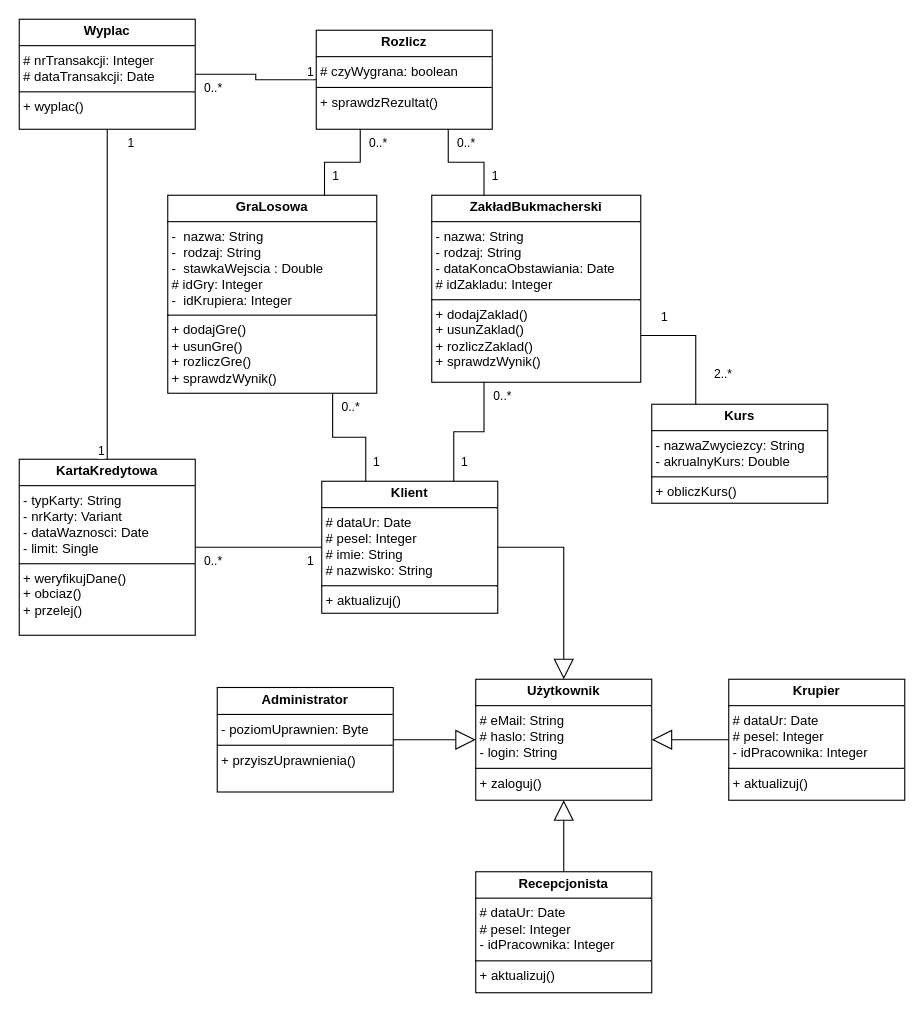
TISharker/PSI_Projekt keeps this draw.io diagram as cw5/Diagram_klas_implementacyjny.drawio. Above is the earlier version. Source tidied: cells renumbered, new cells numbered last; positions are measured from the earlier drawing's top-left corner, leaving out a move shared by most shapes. Both pictures are drawn from the tidied source at 110%, with x=0, y=0 at pixel (19, 19).
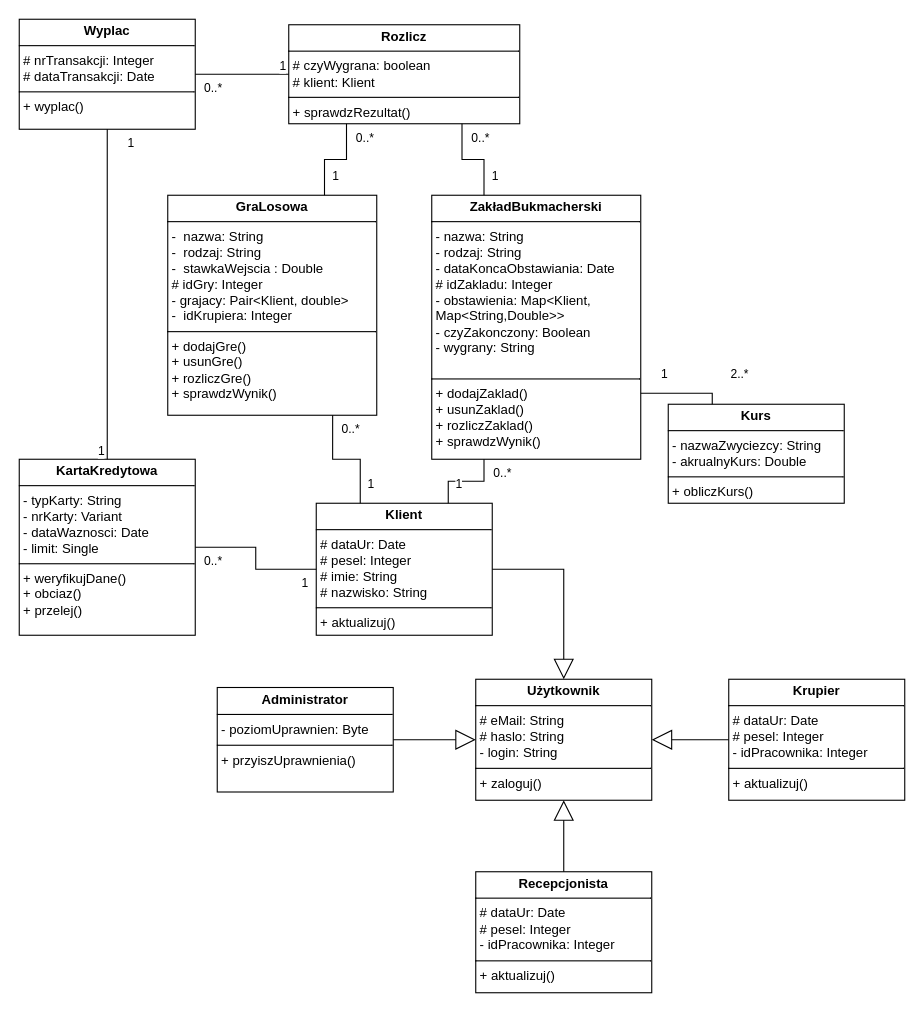
The same diagram, later.

The change refers to these unchanged cells:
```xml
<mxCell id="3" value="&lt;p style=&quot;margin:0px;margin-top:4px;text-align:center;&quot;&gt;&lt;b&gt;Użytkownik&lt;/b&gt;&lt;/p&gt;&lt;hr size=&quot;1&quot; style=&quot;border-style:solid;&quot;&gt;&lt;p style=&quot;margin:0px;margin-left:4px;&quot;&gt;# eMail: String&lt;/p&gt;&lt;p style=&quot;margin:0px;margin-left:4px;&quot;&gt;# haslo: String&lt;/p&gt;&lt;p style=&quot;margin:0px;margin-left:4px;&quot;&gt;- login: String&lt;/p&gt;&lt;hr size=&quot;1&quot; style=&quot;border-style:solid;&quot;&gt;&lt;p style=&quot;margin:0px;margin-left:4px;&quot;&gt;+ zaloguj()&lt;/p&gt;" style="verticalAlign=top;align=left;overflow=fill;html=1;whiteSpace=wrap;" parent="1" vertex="1">
  <mxGeometry x="415" y="600" width="160" height="110" as="geometry" />
</mxCell>
```

The edit, as a diff of the source:
```diff
@@
-    <mxCell id="2" value="&lt;p style=&quot;margin:0px;margin-top:4px;text-align:center;&quot;&gt;&lt;b&gt;ZakładBukmacherski&lt;/b&gt;&lt;/p&gt;&lt;hr size=&quot;1&quot; style=&quot;border-style:solid;&quot;&gt;&lt;p style=&quot;margin:0px;margin-left:4px;&quot;&gt;- nazwa: String&lt;/p&gt;&lt;p style=&quot;margin:0px;margin-left:4px;&quot;&gt;- rodzaj: String&lt;/p&gt;&lt;p style=&quot;margin:0px;margin-left:4px;&quot;&gt;- dataKoncaObstawiania: Date&lt;/p&gt;&lt;p style=&quot;margin:0px;margin-left:4px;&quot;&gt;# idZakladu: Integer&lt;/p&gt;&lt;hr size=&quot;1&quot; style=&quot;border-style:solid;&quot;&gt;&lt;p style=&quot;margin:0px;margin-left:4px;&quot;&gt;+ dodajZaklad()&lt;/p&gt;&lt;p style=&quot;margin:0px;margin-left:4px;&quot;&gt;+ usunZaklad()&lt;/p&gt;&lt;p style=&quot;margin:0px;margin-left:4px;&quot;&gt;+ rozliczZaklad()&lt;/p&gt;&lt;p style=&quot;margin:0px;margin-left:4px;&quot;&gt;+ sprawdzWynik()&lt;/p&gt;" style="verticalAlign=top;align=left;overflow=fill;html=1;whiteSpace=wrap;" parent="1" vertex="1">
-      <mxGeometry x="375" y="160" width="190" height="170" as="geometry" />
+    <mxCell id="2" value="&lt;p style=&quot;margin:0px;margin-top:4px;text-align:center;&quot;&gt;&lt;b&gt;ZakładBukmacherski&lt;/b&gt;&lt;/p&gt;&lt;hr size=&quot;1&quot; style=&quot;border-style:solid;&quot;&gt;&lt;p style=&quot;margin:0px;margin-left:4px;&quot;&gt;- nazwa: String&lt;/p&gt;&lt;p style=&quot;margin:0px;margin-left:4px;&quot;&gt;- rodzaj: String&lt;/p&gt;&lt;p style=&quot;margin:0px;margin-left:4px;&quot;&gt;- dataKoncaObstawiania: Date&lt;/p&gt;&lt;p style=&quot;margin:0px;margin-left:4px;&quot;&gt;# idZakladu: Integer&lt;/p&gt;&lt;p style=&quot;margin:0px;margin-left:4px;&quot;&gt;- obstawienia: Map&amp;lt;Klient, Map&amp;lt;String,Double&amp;gt;&amp;gt;&lt;/p&gt;&lt;p style=&quot;margin:0px;margin-left:4px;&quot;&gt;- czyZakonczony: Boolean&lt;/p&gt;&lt;p style=&quot;margin:0px;margin-left:4px;&quot;&gt;- wygrany: String&lt;/p&gt;&lt;p style=&quot;margin:0px;margin-left:4px;&quot;&gt;&lt;br&gt;&lt;/p&gt;&lt;hr size=&quot;1&quot; style=&quot;border-style:solid;&quot;&gt;&lt;p style=&quot;margin:0px;margin-left:4px;&quot;&gt;+ dodajZaklad()&lt;/p&gt;&lt;p style=&quot;margin:0px;margin-left:4px;&quot;&gt;+ usunZaklad()&lt;/p&gt;&lt;p style=&quot;margin:0px;margin-left:4px;&quot;&gt;+ rozliczZaklad()&lt;/p&gt;&lt;p style=&quot;margin:0px;margin-left:4px;&quot;&gt;+ sprawdzWynik()&lt;/p&gt;" style="verticalAlign=top;align=left;overflow=fill;html=1;whiteSpace=wrap;" parent="1" vertex="1">
+      <mxGeometry x="375" y="160" width="190" height="240" as="geometry" />
     </mxCell>
@@
     <mxCell id="4" value="&lt;p style=&quot;margin:0px;margin-top:4px;text-align:center;&quot;&gt;&lt;b&gt;Klient&lt;/b&gt;&lt;/p&gt;&lt;hr size=&quot;1&quot; style=&quot;border-style:solid;&quot;&gt;&lt;p style=&quot;margin:0px;margin-left:4px;&quot;&gt;# dataUr: Date&lt;/p&gt;&lt;p style=&quot;margin:0px;margin-left:4px;&quot;&gt;# pesel: Integer&lt;/p&gt;&lt;p style=&quot;margin:0px;margin-left:4px;&quot;&gt;# imie: String&lt;/p&gt;&lt;p style=&quot;margin:0px;margin-left:4px;&quot;&gt;# nazwisko: String&lt;/p&gt;&lt;hr size=&quot;1&quot; style=&quot;border-style:solid;&quot;&gt;&lt;p style=&quot;margin:0px;margin-left:4px;&quot;&gt;+ aktualizuj()&lt;/p&gt;" style="verticalAlign=top;align=left;overflow=fill;html=1;whiteSpace=wrap;" parent="1" vertex="1">
-      <mxGeometry x="275" y="420" width="160" height="120" as="geometry" />
+      <mxGeometry x="270" y="440" width="160" height="120" as="geometry" />
     </mxCell>
     <mxCell id="5" value="&lt;div&gt;&lt;br&gt;&lt;/div&gt;&lt;div&gt;&lt;br&gt;&lt;/div&gt;" style="endArrow=block;endSize=16;endFill=0;html=1;rounded=0;exitX=1;exitY=0.5;exitDx=0;exitDy=0;entryX=0.5;entryY=0;entryDx=0;entryDy=0;" parent="1" edge="1" source="4" target="3">
       <mxGeometry x="-0.03" y="3" relative="1" as="geometry">
         <Array as="points">
-          <mxPoint x="495" y="480" />
+          <mxPoint x="495" y="500" />
         </Array>
       </mxGeometry>
     </mxCell>
@@
     <mxCell id="19" value="&lt;p style=&quot;margin:0px;margin-top:4px;text-align:center;&quot;&gt;&lt;b&gt;Kurs&lt;/b&gt;&lt;/p&gt;&lt;hr size=&quot;1&quot; style=&quot;border-style:solid;&quot;&gt;&lt;p style=&quot;margin:0px;margin-left:4px;&quot;&gt;- nazwaZwyciezcy: String&lt;/p&gt;&lt;p style=&quot;margin:0px;margin-left:4px;&quot;&gt;- akrualnyKurs: Double&lt;/p&gt;&lt;hr size=&quot;1&quot; style=&quot;border-style:solid;&quot;&gt;&lt;p style=&quot;margin:0px;margin-left:4px;&quot;&gt;+ obliczKurs()&lt;/p&gt;" style="verticalAlign=top;align=left;overflow=fill;html=1;whiteSpace=wrap;" parent="1" vertex="1">
-      <mxGeometry x="575" y="350" width="160" height="90" as="geometry" />
+      <mxGeometry x="590" y="350" width="160" height="90" as="geometry" />
     </mxCell>
@@
-    <mxCell id="23" value="&lt;p style=&quot;margin:0px;margin-top:4px;text-align:center;&quot;&gt;&lt;b&gt;GraLosowa&lt;/b&gt;&lt;/p&gt;&lt;hr size=&quot;1&quot; style=&quot;border-style:solid;&quot;&gt;&lt;p style=&quot;margin:0px;margin-left:4px;&quot;&gt;-&amp;nbsp; nazwa: String&lt;/p&gt;&lt;p style=&quot;margin:0px;margin-left:4px;&quot;&gt;-&amp;nbsp; rodzaj: String&lt;/p&gt;&lt;p style=&quot;margin:0px;margin-left:4px;&quot;&gt;-&amp;nbsp; stawkaWejscia : Double&lt;/p&gt;&lt;p style=&quot;margin:0px;margin-left:4px;&quot;&gt;# idGry: Integer&lt;/p&gt;&lt;p style=&quot;margin:0px;margin-left:4px;&quot;&gt;-&amp;nbsp; idKrupiera: Integer&lt;/p&gt;&lt;hr size=&quot;1&quot; style=&quot;border-style:solid;&quot;&gt;&lt;p style=&quot;margin:0px;margin-left:4px;&quot;&gt;+ dodajGre()&lt;/p&gt;&lt;p style=&quot;margin:0px;margin-left:4px;&quot;&gt;+ usunGre()&lt;/p&gt;&lt;p style=&quot;margin:0px;margin-left:4px;&quot;&gt;+ rozliczGre()&lt;/p&gt;&lt;p style=&quot;margin:0px;margin-left:4px;&quot;&gt;+ sprawdzWynik()&lt;/p&gt;" style="verticalAlign=top;align=left;overflow=fill;html=1;whiteSpace=wrap;" parent="1" vertex="1">
-      <mxGeometry x="135" y="160" width="190" height="180" as="geometry" />
+    <mxCell id="23" value="&lt;p style=&quot;margin:0px;margin-top:4px;text-align:center;&quot;&gt;&lt;b&gt;GraLosowa&lt;/b&gt;&lt;/p&gt;&lt;hr size=&quot;1&quot; style=&quot;border-style:solid;&quot;&gt;&lt;p style=&quot;margin:0px;margin-left:4px;&quot;&gt;-&amp;nbsp; nazwa: String&lt;/p&gt;&lt;p style=&quot;margin:0px;margin-left:4px;&quot;&gt;-&amp;nbsp; rodzaj: String&lt;/p&gt;&lt;p style=&quot;margin:0px;margin-left:4px;&quot;&gt;-&amp;nbsp; stawkaWejscia : Double&lt;/p&gt;&lt;p style=&quot;margin:0px;margin-left:4px;&quot;&gt;# idGry: Integer&lt;/p&gt;&lt;p style=&quot;margin:0px;margin-left:4px;&quot;&gt;- grajacy: Pair&amp;lt;Klient, double&amp;gt;&lt;/p&gt;&lt;p style=&quot;margin:0px;margin-left:4px;&quot;&gt;-&amp;nbsp; idKrupiera: Integer&lt;/p&gt;&lt;hr size=&quot;1&quot; style=&quot;border-style:solid;&quot;&gt;&lt;p style=&quot;margin:0px;margin-left:4px;&quot;&gt;+ dodajGre()&lt;/p&gt;&lt;p style=&quot;margin:0px;margin-left:4px;&quot;&gt;+ usunGre()&lt;/p&gt;&lt;p style=&quot;margin:0px;margin-left:4px;&quot;&gt;+ rozliczGre()&lt;/p&gt;&lt;p style=&quot;margin:0px;margin-left:4px;&quot;&gt;+ sprawdzWynik()&lt;/p&gt;" style="verticalAlign=top;align=left;overflow=fill;html=1;whiteSpace=wrap;" parent="1" vertex="1">
+      <mxGeometry x="135" y="160" width="190" height="200" as="geometry" />
     </mxCell>
@@
-    <mxCell id="27" value="&lt;p style=&quot;margin:0px;margin-top:4px;text-align:center;&quot;&gt;&lt;b&gt;Rozlicz&lt;/b&gt;&lt;/p&gt;&lt;hr size=&quot;1&quot; style=&quot;border-style:solid;&quot;&gt;&lt;p style=&quot;margin:0px;margin-left:4px;&quot;&gt;# czyWygrana: boolean&lt;/p&gt;&lt;hr size=&quot;1&quot; style=&quot;border-style:solid;&quot;&gt;&lt;p style=&quot;margin:0px;margin-left:4px;&quot;&gt;+ sprawdzRezultat()&lt;/p&gt;&lt;p style=&quot;margin:0px;margin-left:4px;&quot;&gt;&lt;br&gt;&lt;/p&gt;" style="verticalAlign=top;align=left;overflow=fill;html=1;whiteSpace=wrap;" parent="1" vertex="1">
-      <mxGeometry x="270" y="10" width="160" height="90" as="geometry" />
+    <mxCell id="27" value="&lt;p style=&quot;margin:0px;margin-top:4px;text-align:center;&quot;&gt;&lt;b&gt;Rozlicz&lt;/b&gt;&lt;/p&gt;&lt;hr size=&quot;1&quot; style=&quot;border-style:solid;&quot;&gt;&lt;p style=&quot;margin:0px;margin-left:4px;&quot;&gt;# czyWygrana: boolean&lt;/p&gt;&lt;p style=&quot;margin:0px;margin-left:4px;&quot;&gt;# klient: Klient&lt;/p&gt;&lt;hr size=&quot;1&quot; style=&quot;border-style:solid;&quot;&gt;&lt;p style=&quot;margin:0px;margin-left:4px;&quot;&gt;+ sprawdzRezultat()&lt;/p&gt;&lt;p style=&quot;margin:0px;margin-left:4px;&quot;&gt;&lt;br&gt;&lt;/p&gt;" style="verticalAlign=top;align=left;overflow=fill;html=1;whiteSpace=wrap;" parent="1" vertex="1">
+      <mxGeometry x="245" y="5" width="210" height="90" as="geometry" />
     </mxCell>
```
